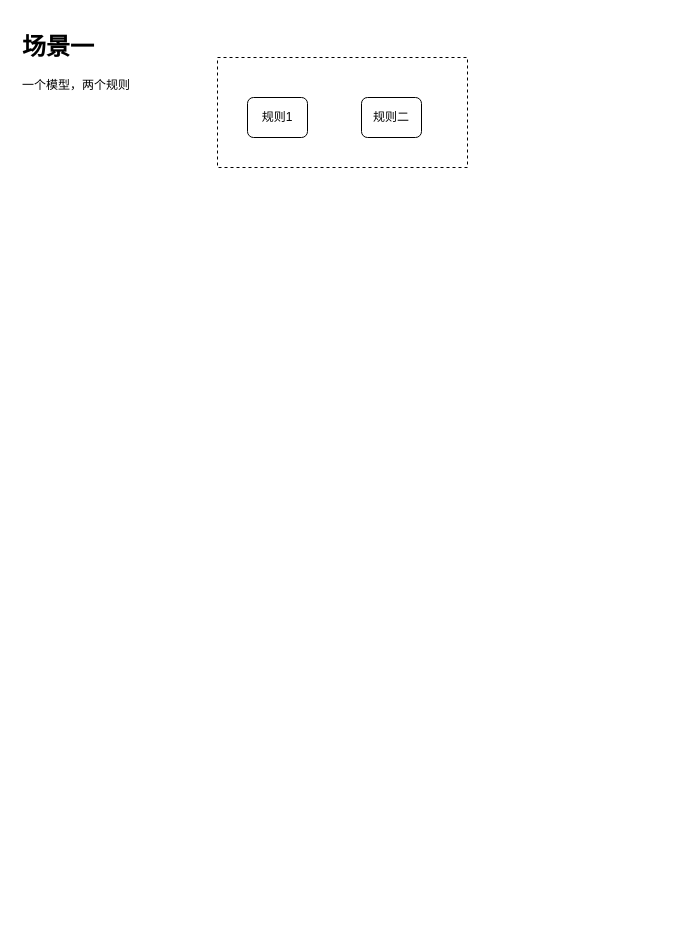
Before: spi/ABTest.drawio in zilanghuo/demo, a draw.io diagram. Source tidied: cells renumbered, new cells numbered last; positions are measured from the earlier drawing's top-left corner, leaving out a move shared by most shapes. Both pictures are drawn from the tidied source at 100%, with x=0, y=0 at pixel (17, 27).
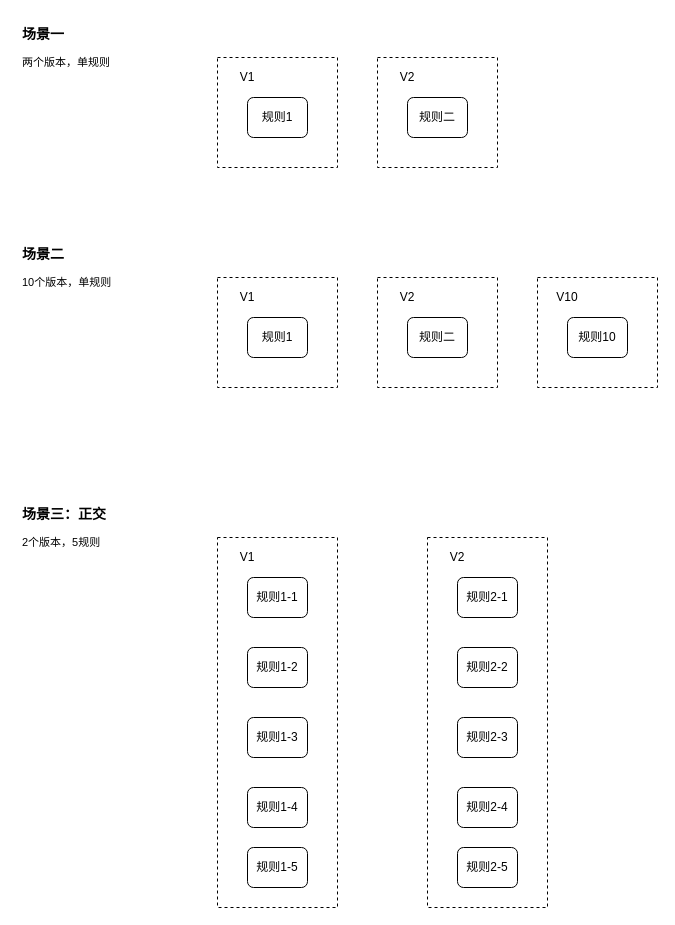
After the change.

Diff of the diagram source:
```diff
@@
+    <mxCell id="6" style="rounded=0;whiteSpace=wrap;html=1;dashed=1;" parent="1" vertex="1">
+      <mxGeometry x="360" y="30" width="120" height="110" as="geometry" />
+    </mxCell>
-    <mxCell id="2" value="&lt;h1&gt;场景一&lt;/h1&gt;&lt;p&gt;一个模型，两个规则&lt;/p&gt;" style="text;html=1;strokeColor=none;fillColor=none;spacing=5;spacingTop=-20;whiteSpace=wrap;overflow=hidden;rounded=0;" parent="1" vertex="1">
+    <mxCell id="2" value="&lt;h1 style=&quot;font-size: 14px&quot;&gt;&lt;font style=&quot;font-size: 14px&quot;&gt;场景一&lt;/font&gt;&lt;/h1&gt;&lt;p&gt;&lt;font style=&quot;font-size: 11px&quot;&gt;两个版本，单规则&lt;/font&gt;&lt;/p&gt;" style="text;html=1;strokeColor=none;fillColor=none;spacing=5;spacingTop=-20;whiteSpace=wrap;overflow=hidden;rounded=0;" parent="1" vertex="1">
       <mxGeometry width="140" height="80" as="geometry" />
     </mxCell>
     <mxCell id="3" style="rounded=0;whiteSpace=wrap;html=1;dashed=1;" parent="1" vertex="1">
-      <mxGeometry x="200" y="30" width="250" height="110" as="geometry" />
+      <mxGeometry x="200" y="30" width="120" height="110" as="geometry" />
     </mxCell>
@@
     <mxCell id="5" value="规则二" style="rounded=1;whiteSpace=wrap;html=1;" parent="1" vertex="1">
-      <mxGeometry x="344" y="70" width="60" height="40" as="geometry" />
+      <mxGeometry x="390" y="70" width="60" height="40" as="geometry" />
     </mxCell>
+    <mxCell id="7" value="V1" style="text;html=1;strokeColor=none;fillColor=none;align=center;verticalAlign=middle;whiteSpace=wrap;rounded=0;" parent="1" vertex="1">
+      <mxGeometry x="210" y="40" width="40" height="20" as="geometry" />
+    </mxCell>
+    <mxCell id="8" value="V2" style="text;html=1;strokeColor=none;fillColor=none;align=center;verticalAlign=middle;whiteSpace=wrap;rounded=0;" parent="1" vertex="1">
+      <mxGeometry x="370" y="40" width="40" height="20" as="geometry" />
+    </mxCell>
+    <mxCell id="9" style="rounded=0;whiteSpace=wrap;html=1;dashed=1;" parent="1" vertex="1">
+      <mxGeometry x="360" y="250" width="120" height="110" as="geometry" />
+    </mxCell>
+    <mxCell id="10" value="&lt;h1 style=&quot;font-size: 14px&quot;&gt;&lt;font style=&quot;font-size: 14px&quot;&gt;场景二&lt;/font&gt;&lt;/h1&gt;&lt;p&gt;&lt;font style=&quot;font-size: 11px&quot;&gt;10个版本，单规则&lt;/font&gt;&lt;/p&gt;" style="text;html=1;strokeColor=none;fillColor=none;spacing=5;spacingTop=-20;whiteSpace=wrap;overflow=hidden;rounded=0;" parent="1" vertex="1">
+      <mxGeometry y="220" width="140" height="80" as="geometry" />
+    </mxCell>
+    <mxCell id="11" style="rounded=0;whiteSpace=wrap;html=1;dashed=1;" parent="1" vertex="1">
+      <mxGeometry x="200" y="250" width="120" height="110" as="geometry" />
+    </mxCell>
+    <mxCell id="12" value="规则1" style="rounded=1;whiteSpace=wrap;html=1;" parent="1" vertex="1">
+      <mxGeometry x="230" y="290" width="60" height="40" as="geometry" />
+    </mxCell>
+    <mxCell id="13" value="规则二" style="rounded=1;whiteSpace=wrap;html=1;" parent="1" vertex="1">
+      <mxGeometry x="390" y="290" width="60" height="40" as="geometry" />
+    </mxCell>
+    <mxCell id="14" value="V1" style="text;html=1;strokeColor=none;fillColor=none;align=center;verticalAlign=middle;whiteSpace=wrap;rounded=0;" parent="1" vertex="1">
+      <mxGeometry x="210" y="260" width="40" height="20" as="geometry" />
+    </mxCell>
+    <mxCell id="15" value="V2" style="text;html=1;strokeColor=none;fillColor=none;align=center;verticalAlign=middle;whiteSpace=wrap;rounded=0;" parent="1" vertex="1">
+      <mxGeometry x="370" y="260" width="40" height="20" as="geometry" />
+    </mxCell>
+    <mxCell id="16" style="rounded=0;whiteSpace=wrap;html=1;dashed=1;" parent="1" vertex="1">
+      <mxGeometry x="520" y="250" width="120" height="110" as="geometry" />
+    </mxCell>
+    <mxCell id="17" value="规则10" style="rounded=1;whiteSpace=wrap;html=1;" parent="1" vertex="1">
+      <mxGeometry x="550" y="290" width="60" height="40" as="geometry" />
+    </mxCell>
+    <mxCell id="18" value="V10" style="text;html=1;strokeColor=none;fillColor=none;align=center;verticalAlign=middle;whiteSpace=wrap;rounded=0;" parent="1" vertex="1">
+      <mxGeometry x="530" y="260" width="40" height="20" as="geometry" />
+    </mxCell>
+    <mxCell id="19" value="&lt;h1 style=&quot;font-size: 14px&quot;&gt;&lt;font style=&quot;font-size: 14px&quot;&gt;场景三：正交&lt;/font&gt;&lt;/h1&gt;&lt;p&gt;&lt;font style=&quot;font-size: 11px&quot;&gt;2个版本，5规则&lt;/font&gt;&lt;/p&gt;" style="text;html=1;strokeColor=none;fillColor=none;spacing=5;spacingTop=-20;whiteSpace=wrap;overflow=hidden;rounded=0;" parent="1" vertex="1">
+      <mxGeometry y="480" width="140" height="80" as="geometry" />
+    </mxCell>
+    <mxCell id="20" style="rounded=0;whiteSpace=wrap;html=1;dashed=1;" parent="1" vertex="1">
+      <mxGeometry x="200" y="510" width="120" height="370" as="geometry" />
+    </mxCell>
+    <mxCell id="21" value="规则1-1" style="rounded=1;whiteSpace=wrap;html=1;" parent="1" vertex="1">
+      <mxGeometry x="230" y="550" width="60" height="40" as="geometry" />
+    </mxCell>
+    <mxCell id="22" value="V1" style="text;html=1;strokeColor=none;fillColor=none;align=center;verticalAlign=middle;whiteSpace=wrap;rounded=0;" parent="1" vertex="1">
+      <mxGeometry x="210" y="520" width="40" height="20" as="geometry" />
+    </mxCell>
+    <mxCell id="23" value="规则1-2" style="rounded=1;whiteSpace=wrap;html=1;" parent="1" vertex="1">
+      <mxGeometry x="230" y="620" width="60" height="40" as="geometry" />
+    </mxCell>
+    <mxCell id="24" value="规则1-3" style="rounded=1;whiteSpace=wrap;html=1;" parent="1" vertex="1">
+      <mxGeometry x="230" y="690" width="60" height="40" as="geometry" />
+    </mxCell>
+    <mxCell id="25" value="规则1-4" style="rounded=1;whiteSpace=wrap;html=1;" parent="1" vertex="1">
+      <mxGeometry x="230" y="760" width="60" height="40" as="geometry" />
+    </mxCell>
+    <mxCell id="26" value="规则1-5" style="rounded=1;whiteSpace=wrap;html=1;" parent="1" vertex="1">
+      <mxGeometry x="230" y="820" width="60" height="40" as="geometry" />
+    </mxCell>
+    <mxCell id="27" style="rounded=0;whiteSpace=wrap;html=1;dashed=1;" parent="1" vertex="1">
+      <mxGeometry x="410" y="510" width="120" height="370" as="geometry" />
+    </mxCell>
+    <mxCell id="28" value="规则2-1" style="rounded=1;whiteSpace=wrap;html=1;" parent="1" vertex="1">
+      <mxGeometry x="440" y="550" width="60" height="40" as="geometry" />
+    </mxCell>
+    <mxCell id="29" value="V2" style="text;html=1;strokeColor=none;fillColor=none;align=center;verticalAlign=middle;whiteSpace=wrap;rounded=0;" parent="1" vertex="1">
+      <mxGeometry x="420" y="520" width="40" height="20" as="geometry" />
+    </mxCell>
+    <mxCell id="30" value="规则2-2" style="rounded=1;whiteSpace=wrap;html=1;" parent="1" vertex="1">
+      <mxGeometry x="440" y="620" width="60" height="40" as="geometry" />
+    </mxCell>
+    <mxCell id="31" value="规则2-3" style="rounded=1;whiteSpace=wrap;html=1;" parent="1" vertex="1">
+      <mxGeometry x="440" y="690" width="60" height="40" as="geometry" />
+    </mxCell>
+    <mxCell id="32" value="规则2-4" style="rounded=1;whiteSpace=wrap;html=1;" parent="1" vertex="1">
+      <mxGeometry x="440" y="760" width="60" height="40" as="geometry" />
+    </mxCell>
+    <mxCell id="33" value="规则2-5" style="rounded=1;whiteSpace=wrap;html=1;" parent="1" vertex="1">
+      <mxGeometry x="440" y="820" width="60" height="40" as="geometry" />
+    </mxCell>
```
